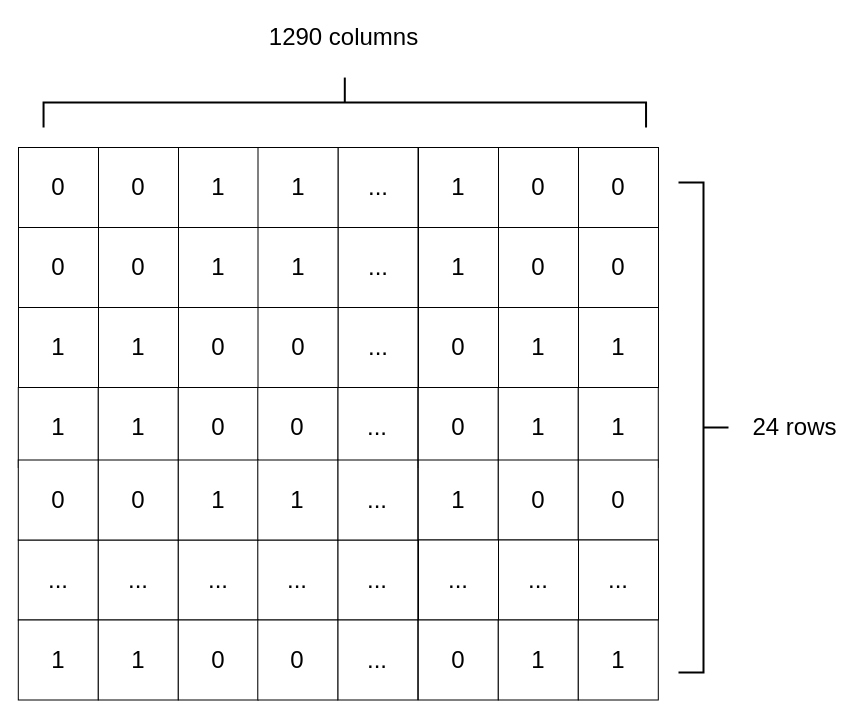
Before: Diagrams/matrix6.drawio in sabarioded/Patterns_Project, a draw.io diagram. Source tidied: cells renumbered, new cells numbered last; positions are measured from the earlier drawing's top-left corner, leaving out a move shared by most shapes. Both pictures are drawn from the tidied source at 100%, with x=0, y=0 at pixel (18, -199).
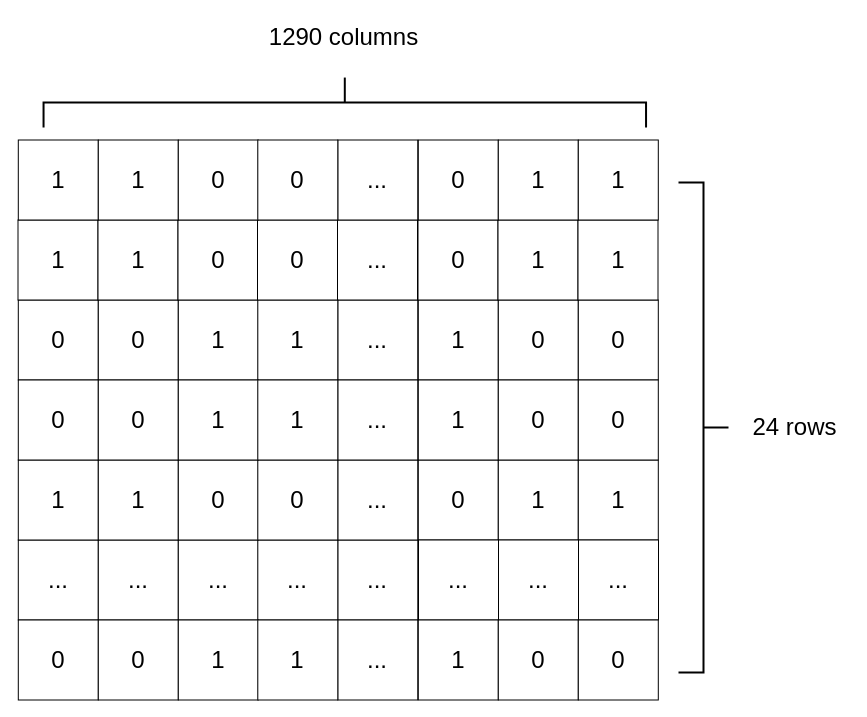
The same diagram, later.

What changed in the source:
```diff
@@
     <mxCell id="2" value="&lt;font style=&quot;font-size: 24px;&quot;&gt;0&lt;/font&gt;" style="rounded=0;whiteSpace=wrap;html=1;" parent="1" vertex="1">
-      <mxGeometry y="346" width="80" height="80" as="geometry" />
+      <mxGeometry x="-0.2" y="498.5" width="80" height="80" as="geometry" />
     </mxCell>
     <mxCell id="3" value="&lt;span style=&quot;font-size: 24px;&quot;&gt;0&lt;/span&gt;" style="rounded=0;whiteSpace=wrap;html=1;" parent="1" vertex="1">
-      <mxGeometry x="80" y="346" width="80" height="80" as="geometry" />
+      <mxGeometry x="79.8" y="498.5" width="80" height="80" as="geometry" />
     </mxCell>
     <mxCell id="4" value="&lt;span style=&quot;font-size: 24px;&quot;&gt;1&lt;/span&gt;" style="rounded=0;whiteSpace=wrap;html=1;" parent="1" vertex="1">
-      <mxGeometry x="160" y="346" width="80" height="80" as="geometry" />
+      <mxGeometry x="159.8" y="498.5" width="80" height="80" as="geometry" />
     </mxCell>
     <mxCell id="5" value="&lt;font style=&quot;font-size: 24px;&quot;&gt;...&lt;/font&gt;" style="rounded=0;whiteSpace=wrap;html=1;" parent="1" vertex="1">
-      <mxGeometry x="319.5" y="346" width="80" height="80" as="geometry" />
+      <mxGeometry x="319.3" y="498.5" width="80" height="80" as="geometry" />
     </mxCell>
     <mxCell id="6" value="&lt;span style=&quot;font-size: 24px;&quot;&gt;1&lt;/span&gt;" style="rounded=0;whiteSpace=wrap;html=1;" parent="1" vertex="1">
-      <mxGeometry x="400" y="346" width="80" height="80" as="geometry" />
+      <mxGeometry x="399.8" y="498.5" width="80" height="80" as="geometry" />
     </mxCell>
     <mxCell id="7" value="&lt;span style=&quot;font-size: 24px;&quot;&gt;0&lt;/span&gt;" style="rounded=0;whiteSpace=wrap;html=1;" parent="1" vertex="1">
-      <mxGeometry x="480" y="346" width="80" height="80" as="geometry" />
+      <mxGeometry x="479.8" y="498.5" width="80" height="80" as="geometry" />
     </mxCell>
     <mxCell id="8" value="&lt;span style=&quot;font-size: 24px;&quot;&gt;0&lt;/span&gt;" style="rounded=0;whiteSpace=wrap;html=1;" parent="1" vertex="1">
-      <mxGeometry x="560" y="346" width="80" height="80" as="geometry" />
+      <mxGeometry x="559.8" y="498.5" width="80" height="80" as="geometry" />
     </mxCell>
     <mxCell id="9" value="&lt;span style=&quot;font-size: 24px;&quot;&gt;1&lt;/span&gt;" style="rounded=0;whiteSpace=wrap;html=1;" parent="1" vertex="1">
-      <mxGeometry x="-0.2" y="586" width="80" height="80" as="geometry" />
+      <mxGeometry x="-0.5" y="418.5" width="80" height="80" as="geometry" />
     </mxCell>
     <mxCell id="10" value="&lt;span style=&quot;font-size: 24px;&quot;&gt;1&lt;/span&gt;" style="rounded=0;whiteSpace=wrap;html=1;" parent="1" vertex="1">
-      <mxGeometry x="79.8" y="586" width="80" height="80" as="geometry" />
+      <mxGeometry x="79.5" y="418.5" width="80" height="80" as="geometry" />
     </mxCell>
     <mxCell id="11" value="&lt;span style=&quot;font-size: 24px;&quot;&gt;0&lt;/span&gt;" style="rounded=0;whiteSpace=wrap;html=1;" parent="1" vertex="1">
-      <mxGeometry x="159.8" y="586" width="80" height="80" as="geometry" />
+      <mxGeometry x="159.5" y="418.5" width="80" height="80" as="geometry" />
     </mxCell>
     <mxCell id="12" value="&lt;font style=&quot;font-size: 24px;&quot;&gt;...&lt;/font&gt;" style="rounded=0;whiteSpace=wrap;html=1;" parent="1" vertex="1">
-      <mxGeometry x="319.3" y="586" width="80" height="80" as="geometry" />
+      <mxGeometry x="319" y="418.5" width="80" height="80" as="geometry" />
     </mxCell>
@@
     <mxCell id="21" value="&lt;span style=&quot;font-size: 24px;&quot;&gt;1&lt;/span&gt;" style="rounded=0;whiteSpace=wrap;html=1;" parent="1" vertex="1">
-      <mxGeometry x="239.5" y="346" width="80" height="80" as="geometry" />
+      <mxGeometry x="239.3" y="498.5" width="80" height="80" as="geometry" />
     </mxCell>
     <mxCell id="22" value="&lt;span style=&quot;font-size: 24px;&quot;&gt;0&lt;/span&gt;" style="rounded=0;whiteSpace=wrap;html=1;" parent="1" vertex="1">
-      <mxGeometry x="239.3" y="586" width="80" height="80" as="geometry" />
+      <mxGeometry x="239" y="418.5" width="80" height="80" as="geometry" />
     </mxCell>
@@
     <mxCell id="24" value="&lt;span style=&quot;font-size: 24px;&quot;&gt;0&lt;/span&gt;" style="rounded=0;whiteSpace=wrap;html=1;" parent="1" vertex="1">
-      <mxGeometry x="399.8" y="586" width="80" height="80" as="geometry" />
+      <mxGeometry x="399.5" y="418.5" width="80" height="80" as="geometry" />
     </mxCell>
     <mxCell id="25" value="&lt;span style=&quot;font-size: 24px;&quot;&gt;1&lt;/span&gt;" style="rounded=0;whiteSpace=wrap;html=1;" parent="1" vertex="1">
-      <mxGeometry x="479.8" y="586" width="80" height="80" as="geometry" />
+      <mxGeometry x="479.5" y="418.5" width="80" height="80" as="geometry" />
     </mxCell>
     <mxCell id="26" value="&lt;span style=&quot;font-size: 24px;&quot;&gt;1&lt;/span&gt;" style="rounded=0;whiteSpace=wrap;html=1;" parent="1" vertex="1">
-      <mxGeometry x="559.8" y="586" width="80" height="80" as="geometry" />
+      <mxGeometry x="559.5" y="418.5" width="80" height="80" as="geometry" />
     </mxCell>
-    <mxCell id="27" value="&lt;font style=&quot;font-size: 24px;&quot;&gt;0&lt;/font&gt;" style="rounded=0;whiteSpace=wrap;html=1;" parent="1" vertex="1">
+    <mxCell id="27" value="&lt;font style=&quot;font-size: 24px;&quot;&gt;1&lt;/font&gt;" style="rounded=0;whiteSpace=wrap;html=1;" parent="1" vertex="1">
       <mxGeometry x="-0.2" y="658.5" width="80" height="80" as="geometry" />
     </mxCell>
-    <mxCell id="28" value="&lt;span style=&quot;font-size: 24px;&quot;&gt;0&lt;/span&gt;" style="rounded=0;whiteSpace=wrap;html=1;" parent="1" vertex="1">
+    <mxCell id="28" value="&lt;span style=&quot;font-size: 24px;&quot;&gt;1&lt;/span&gt;" style="rounded=0;whiteSpace=wrap;html=1;" parent="1" vertex="1">
       <mxGeometry x="79.8" y="658.5" width="80" height="80" as="geometry" />
     </mxCell>
-    <mxCell id="29" value="&lt;span style=&quot;font-size: 24px;&quot;&gt;1&lt;/span&gt;" style="rounded=0;whiteSpace=wrap;html=1;" parent="1" vertex="1">
+    <mxCell id="29" value="&lt;span style=&quot;font-size: 24px;&quot;&gt;0&lt;/span&gt;" style="rounded=0;whiteSpace=wrap;html=1;" parent="1" vertex="1">
       <mxGeometry x="159.8" y="658.5" width="80" height="80" as="geometry" />
     </mxCell>
@@
-    <mxCell id="31" value="&lt;span style=&quot;font-size: 24px;&quot;&gt;1&lt;/span&gt;" style="rounded=0;whiteSpace=wrap;html=1;" parent="1" vertex="1">
+    <mxCell id="31" value="&lt;span style=&quot;font-size: 24px;&quot;&gt;0&lt;/span&gt;" style="rounded=0;whiteSpace=wrap;html=1;" parent="1" vertex="1">
       <mxGeometry x="399.8" y="658.5" width="80" height="80" as="geometry" />
     </mxCell>
-    <mxCell id="32" value="&lt;span style=&quot;font-size: 24px;&quot;&gt;0&lt;/span&gt;" style="rounded=0;whiteSpace=wrap;html=1;" parent="1" vertex="1">
+    <mxCell id="32" value="&lt;span style=&quot;font-size: 24px;&quot;&gt;1&lt;/span&gt;" style="rounded=0;whiteSpace=wrap;html=1;" parent="1" vertex="1">
       <mxGeometry x="479.8" y="658.5" width="80" height="80" as="geometry" />
     </mxCell>
-    <mxCell id="33" value="&lt;span style=&quot;font-size: 24px;&quot;&gt;0&lt;/span&gt;" style="rounded=0;whiteSpace=wrap;html=1;" parent="1" vertex="1">
+    <mxCell id="33" value="&lt;span style=&quot;font-size: 24px;&quot;&gt;1&lt;/span&gt;" style="rounded=0;whiteSpace=wrap;html=1;" parent="1" vertex="1">
       <mxGeometry x="559.8" y="658.5" width="80" height="80" as="geometry" />
     </mxCell>
-    <mxCell id="34" value="&lt;span style=&quot;font-size: 24px;&quot;&gt;1&lt;/span&gt;" style="rounded=0;whiteSpace=wrap;html=1;" parent="1" vertex="1">
+    <mxCell id="34" value="&lt;span style=&quot;font-size: 24px;&quot;&gt;0&lt;/span&gt;" style="rounded=0;whiteSpace=wrap;html=1;" parent="1" vertex="1">
       <mxGeometry x="239.3" y="658.5" width="80" height="80" as="geometry" />
     </mxCell>
@@
-    <mxCell id="38" value="&lt;font style=&quot;font-size: 24px;&quot;&gt;1&lt;/font&gt;" style="rounded=0;whiteSpace=wrap;html=1;" parent="1" vertex="1">
+    <mxCell id="38" value="&lt;font style=&quot;font-size: 24px;&quot;&gt;0&lt;/font&gt;" style="rounded=0;whiteSpace=wrap;html=1;" parent="1" vertex="1">
       <mxGeometry x="-0.2" y="818.5" width="80" height="80" as="geometry" />
     </mxCell>
-    <mxCell id="39" value="&lt;span style=&quot;font-size: 24px;&quot;&gt;1&lt;/span&gt;" style="rounded=0;whiteSpace=wrap;html=1;" parent="1" vertex="1">
+    <mxCell id="39" value="&lt;span style=&quot;font-size: 24px;&quot;&gt;0&lt;/span&gt;" style="rounded=0;whiteSpace=wrap;html=1;" parent="1" vertex="1">
       <mxGeometry x="79.8" y="818.5" width="80" height="80" as="geometry" />
     </mxCell>
-    <mxCell id="40" value="&lt;span style=&quot;font-size: 24px;&quot;&gt;0&lt;/span&gt;" style="rounded=0;whiteSpace=wrap;html=1;" parent="1" vertex="1">
+    <mxCell id="40" value="&lt;span style=&quot;font-size: 24px;&quot;&gt;1&lt;/span&gt;" style="rounded=0;whiteSpace=wrap;html=1;" parent="1" vertex="1">
       <mxGeometry x="159.8" y="818.5" width="80" height="80" as="geometry" />
     </mxCell>
@@
-    <mxCell id="42" value="&lt;span style=&quot;font-size: 24px;&quot;&gt;0&lt;/span&gt;" style="rounded=0;whiteSpace=wrap;html=1;" parent="1" vertex="1">
+    <mxCell id="42" value="&lt;span style=&quot;font-size: 24px;&quot;&gt;1&lt;/span&gt;" style="rounded=0;whiteSpace=wrap;html=1;" parent="1" vertex="1">
       <mxGeometry x="399.8" y="818.5" width="80" height="80" as="geometry" />
     </mxCell>
-    <mxCell id="43" value="&lt;span style=&quot;font-size: 24px;&quot;&gt;1&lt;/span&gt;" style="rounded=0;whiteSpace=wrap;html=1;" parent="1" vertex="1">
+    <mxCell id="43" value="&lt;span style=&quot;font-size: 24px;&quot;&gt;0&lt;/span&gt;" style="rounded=0;whiteSpace=wrap;html=1;" parent="1" vertex="1">
       <mxGeometry x="479.8" y="818.5" width="80" height="80" as="geometry" />
     </mxCell>
-    <mxCell id="44" value="&lt;span style=&quot;font-size: 24px;&quot;&gt;1&lt;/span&gt;" style="rounded=0;whiteSpace=wrap;html=1;" parent="1" vertex="1">
+    <mxCell id="44" value="&lt;span style=&quot;font-size: 24px;&quot;&gt;0&lt;/span&gt;" style="rounded=0;whiteSpace=wrap;html=1;" parent="1" vertex="1">
       <mxGeometry x="559.8" y="818.5" width="80" height="80" as="geometry" />
     </mxCell>
-    <mxCell id="45" value="&lt;span style=&quot;font-size: 24px;&quot;&gt;0&lt;/span&gt;" style="rounded=0;whiteSpace=wrap;html=1;" parent="1" vertex="1">
+    <mxCell id="45" value="&lt;span style=&quot;font-size: 24px;&quot;&gt;1&lt;/span&gt;" style="rounded=0;whiteSpace=wrap;html=1;" parent="1" vertex="1">
       <mxGeometry x="239.3" y="818.5" width="80" height="80" as="geometry" />
     </mxCell>
     <mxCell id="46" value="&lt;font style=&quot;font-size: 24px;&quot;&gt;0&lt;/font&gt;" style="rounded=0;whiteSpace=wrap;html=1;" parent="1" vertex="1">
-      <mxGeometry y="426" width="80" height="80" as="geometry" />
+      <mxGeometry x="-0.2" y="578.5" width="80" height="80" as="geometry" />
     </mxCell>
     <mxCell id="47" value="&lt;span style=&quot;font-size: 24px;&quot;&gt;0&lt;/span&gt;" style="rounded=0;whiteSpace=wrap;html=1;" parent="1" vertex="1">
-      <mxGeometry x="80" y="426" width="80" height="80" as="geometry" />
+      <mxGeometry x="79.8" y="578.5" width="80" height="80" as="geometry" />
     </mxCell>
     <mxCell id="48" value="&lt;span style=&quot;font-size: 24px;&quot;&gt;1&lt;/span&gt;" style="rounded=0;whiteSpace=wrap;html=1;" parent="1" vertex="1">
-      <mxGeometry x="160" y="426" width="80" height="80" as="geometry" />
+      <mxGeometry x="159.8" y="578.5" width="80" height="80" as="geometry" />
     </mxCell>
     <mxCell id="49" value="&lt;font style=&quot;font-size: 24px;&quot;&gt;...&lt;/font&gt;" style="rounded=0;whiteSpace=wrap;html=1;" parent="1" vertex="1">
-      <mxGeometry x="319.5" y="426" width="80" height="80" as="geometry" />
+      <mxGeometry x="319.3" y="578.5" width="80" height="80" as="geometry" />
     </mxCell>
     <mxCell id="50" value="&lt;span style=&quot;font-size: 24px;&quot;&gt;1&lt;/span&gt;" style="rounded=0;whiteSpace=wrap;html=1;" parent="1" vertex="1">
-      <mxGeometry x="400" y="426" width="80" height="80" as="geometry" />
+      <mxGeometry x="399.8" y="578.5" width="80" height="80" as="geometry" />
     </mxCell>
     <mxCell id="51" value="&lt;span style=&quot;font-size: 24px;&quot;&gt;0&lt;/span&gt;" style="rounded=0;whiteSpace=wrap;html=1;" parent="1" vertex="1">
-      <mxGeometry x="480" y="426" width="80" height="80" as="geometry" />
+      <mxGeometry x="479.8" y="578.5" width="80" height="80" as="geometry" />
     </mxCell>
     <mxCell id="52" value="&lt;span style=&quot;font-size: 24px;&quot;&gt;0&lt;/span&gt;" style="rounded=0;whiteSpace=wrap;html=1;" parent="1" vertex="1">
-      <mxGeometry x="560" y="426" width="80" height="80" as="geometry" />
+      <mxGeometry x="559.8" y="578.5" width="80" height="80" as="geometry" />
     </mxCell>
     <mxCell id="53" value="&lt;span style=&quot;font-size: 24px;&quot;&gt;1&lt;/span&gt;" style="rounded=0;whiteSpace=wrap;html=1;" parent="1" vertex="1">
-      <mxGeometry x="239.5" y="426" width="80" height="80" as="geometry" />
+      <mxGeometry x="239.3" y="578.5" width="80" height="80" as="geometry" />
     </mxCell>
     <mxCell id="54" value="&lt;span style=&quot;font-size: 24px;&quot;&gt;1&lt;/span&gt;" style="rounded=0;whiteSpace=wrap;html=1;" parent="1" vertex="1">
-      <mxGeometry y="506" width="80" height="80" as="geometry" />
+      <mxGeometry x="-0.2" y="338.5" width="80" height="80" as="geometry" />
     </mxCell>
     <mxCell id="55" value="&lt;span style=&quot;font-size: 24px;&quot;&gt;1&lt;/span&gt;" style="rounded=0;whiteSpace=wrap;html=1;" parent="1" vertex="1">
-      <mxGeometry x="80" y="506" width="80" height="80" as="geometry" />
+      <mxGeometry x="79.8" y="338.5" width="80" height="80" as="geometry" />
     </mxCell>
     <mxCell id="56" value="&lt;span style=&quot;font-size: 24px;&quot;&gt;0&lt;/span&gt;" style="rounded=0;whiteSpace=wrap;html=1;" parent="1" vertex="1">
-      <mxGeometry x="160" y="506" width="80" height="80" as="geometry" />
+      <mxGeometry x="159.8" y="338.5" width="80" height="80" as="geometry" />
     </mxCell>
     <mxCell id="57" value="&lt;font style=&quot;font-size: 24px;&quot;&gt;...&lt;/font&gt;" style="rounded=0;whiteSpace=wrap;html=1;" parent="1" vertex="1">
-      <mxGeometry x="319.5" y="506" width="80" height="80" as="geometry" />
+      <mxGeometry x="319.3" y="338.5" width="80" height="80" as="geometry" />
     </mxCell>
     <mxCell id="58" value="&lt;span style=&quot;font-size: 24px;&quot;&gt;0&lt;/span&gt;" style="rounded=0;whiteSpace=wrap;html=1;" parent="1" vertex="1">
-      <mxGeometry x="239.5" y="506" width="80" height="80" as="geometry" />
+      <mxGeometry x="239.3" y="338.5" width="80" height="80" as="geometry" />
     </mxCell>
     <mxCell id="59" value="&lt;span style=&quot;font-size: 24px;&quot;&gt;0&lt;/span&gt;" style="rounded=0;whiteSpace=wrap;html=1;" parent="1" vertex="1">
-      <mxGeometry x="400" y="506" width="80" height="80" as="geometry" />
+      <mxGeometry x="399.8" y="338.5" width="80" height="80" as="geometry" />
     </mxCell>
     <mxCell id="60" value="&lt;span style=&quot;font-size: 24px;&quot;&gt;1&lt;/span&gt;" style="rounded=0;whiteSpace=wrap;html=1;" parent="1" vertex="1">
-      <mxGeometry x="480" y="506" width="80" height="80" as="geometry" />
+      <mxGeometry x="479.8" y="338.5" width="80" height="80" as="geometry" />
     </mxCell>
     <mxCell id="61" value="&lt;span style=&quot;font-size: 24px;&quot;&gt;1&lt;/span&gt;" style="rounded=0;whiteSpace=wrap;html=1;" parent="1" vertex="1">
-      <mxGeometry x="560" y="506" width="80" height="80" as="geometry" />
+      <mxGeometry x="559.8" y="338.5" width="80" height="80" as="geometry" />
     </mxCell>
```
